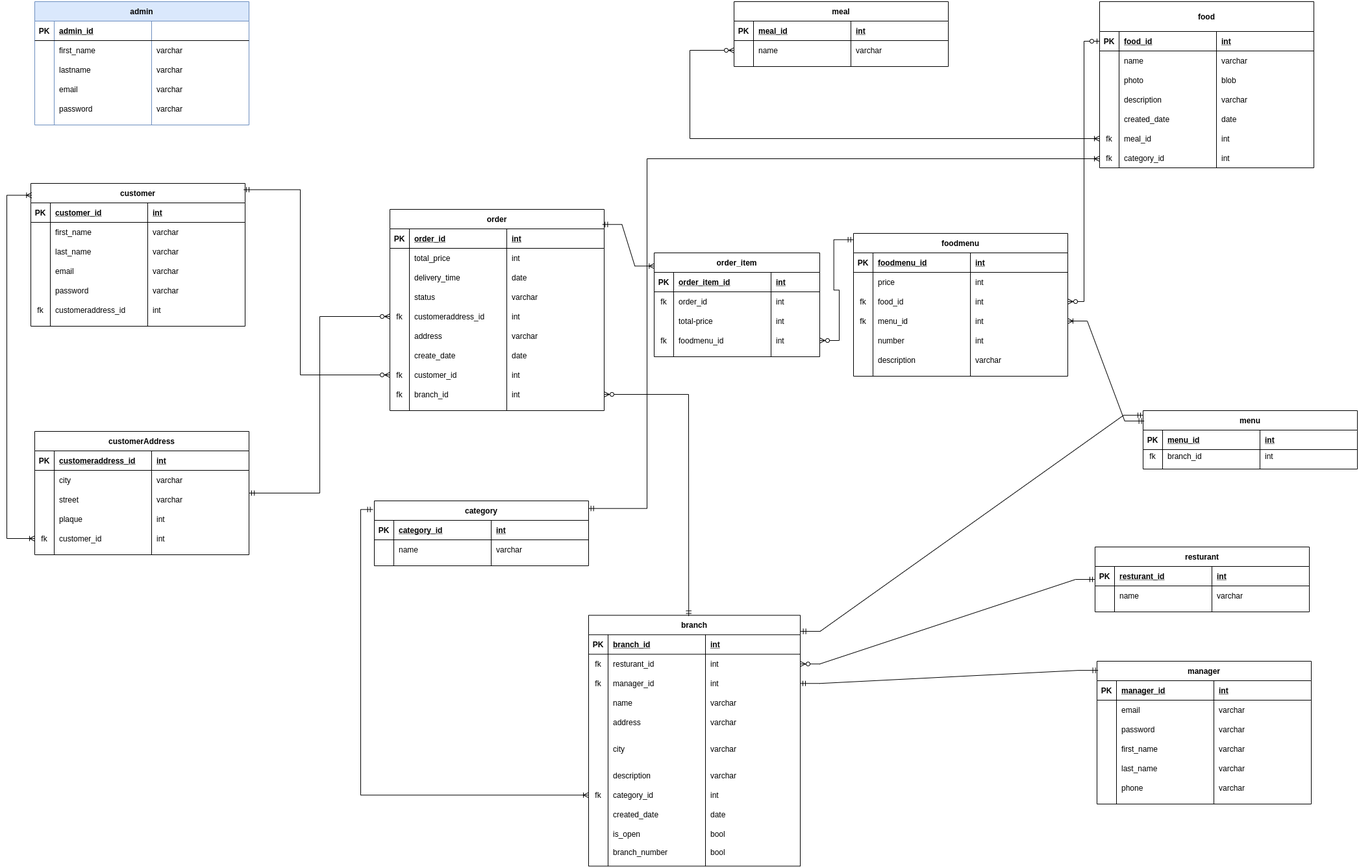
This is maktab_final_erd-Page-3.drawio.png from tabassom-entezami/Maktab_Final_Project, a draw.io export, as it was before one commit. Source tidied: cells renumbered, new cells last; positions are measured from the earlier drawing's top-left corner, leaving out a move shared by most shapes.
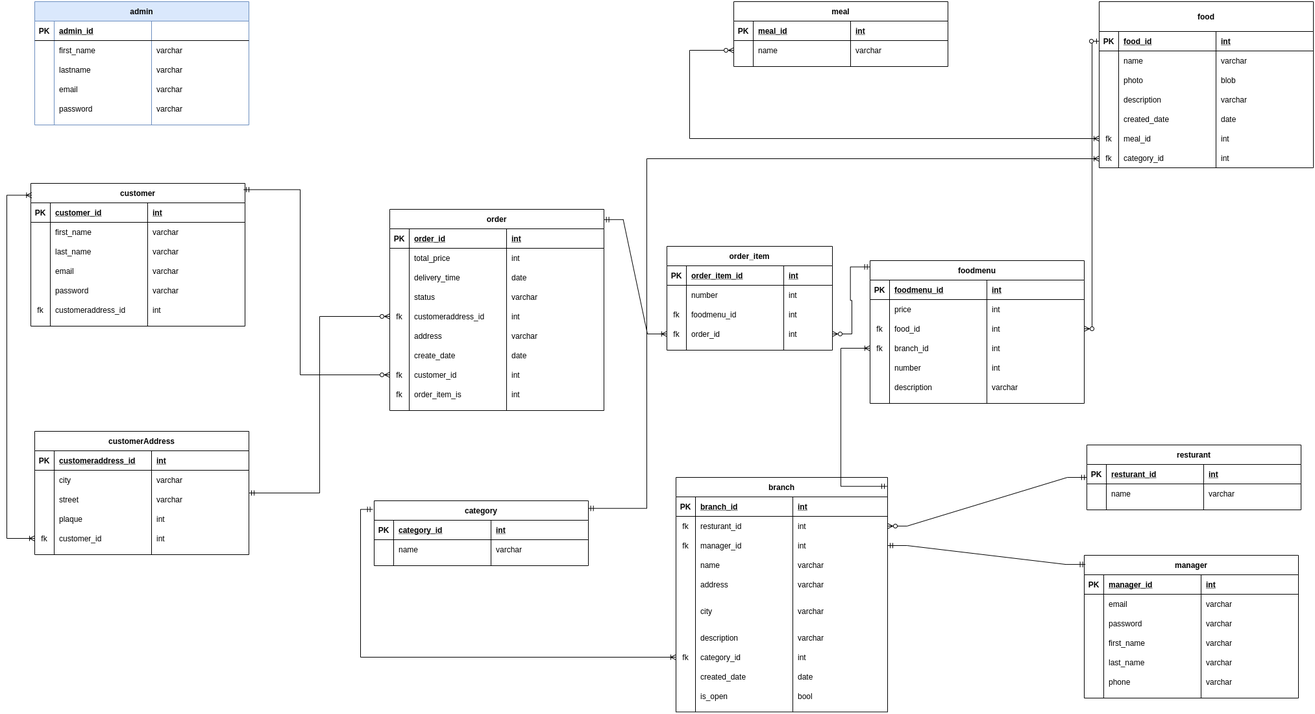
The same file after the commit.

Change to the diagram source:
```diff
@@ -167,12 +167,12 @@
     <mxCell id="56" style="shape=partialRectangle;fillColor=none;top=0;left=0;bottom=0;right=0;points=[[0,0.5],[1,0.5]];portConstraint=eastwest;" parent="23" vertex="1">
       <mxGeometry y="270" width="330" height="30" as="geometry" />
     </mxCell>
-    <mxCell id="57" value="fk" style="shape=partialRectangle;fillColor=none;top=0;left=0;bottom=0;right=0;overflow=hidden;" parent="56" vertex="1">
-      <mxGeometry width="30" height="30" as="geometry" />
-    </mxCell>
-    <mxCell id="58" value="branch_id" style="shape=partialRectangle;fillColor=none;top=0;left=0;bottom=0;right=0;align=left;spacingLeft=6;overflow=hidden;" parent="56" vertex="1">
-      <mxGeometry x="30" width="150" height="30" as="geometry" />
-    </mxCell>
+    <mxCell id="299" value="fk" style="shape=partialRectangle;fillColor=none;top=0;left=0;bottom=0;right=0;overflow=hidden;" parent="56" vertex="1">
+      <mxGeometry width="30" height="30" as="geometry" />
+    </mxCell>
+    <mxCell id="300" value="order_item_is" style="shape=partialRectangle;fillColor=none;top=0;left=0;bottom=0;right=0;align=left;spacingLeft=6;overflow=hidden;" parent="56" vertex="1">
+      <mxGeometry x="30" width="150" height="30" as="geometry" />
+    </mxCell>
     <mxCell id="59" value="int" style="shape=partialRectangle;fillColor=none;top=0;left=0;bottom=0;right=0;align=left;spacingLeft=6;overflow=hidden;" parent="56" vertex="1">
       <mxGeometry x="180" width="150" height="30" as="geometry" />
     </mxCell>
@@ -428,35 +428,8 @@
     <mxCell id="143" value="varchar" style="shape=partialRectangle;fillColor=none;top=0;left=0;bottom=0;right=0;align=left;spacingLeft=6;overflow=hidden;" parent="140" vertex="1">
       <mxGeometry x="180" width="150" height="30" as="geometry" />
     </mxCell>
-    <mxCell id="144" value="menu" style="shape=table;startSize=30;rowLines=0;fontStyle=1;align=center;" parent="1" vertex="1">
-      <mxGeometry x="1750" y="630" width="330" height="90" as="geometry" />
-    </mxCell>
-    <mxCell id="145" style="shape=partialRectangle;fillColor=none;top=0;left=0;bottom=1;right=0;" parent="144" vertex="1">
-      <mxGeometry y="30" width="330" height="30" as="geometry" />
-    </mxCell>
-    <mxCell id="146" value="PK" style="shape=partialRectangle;fillColor=none;top=0;left=0;bottom=0;right=0;fontStyle=1;overflow=hidden;" parent="145" vertex="1">
-      <mxGeometry width="30" height="30" as="geometry" />
-    </mxCell>
-    <mxCell id="147" value="menu_id" style="shape=partialRectangle;fillColor=none;top=0;left=0;bottom=0;right=0;align=left;spacingLeft=6;fontStyle=5;overflow=hidden;" parent="145" vertex="1">
-      <mxGeometry x="30" width="150" height="30" as="geometry" />
-    </mxCell>
-    <mxCell id="148" value="int" style="shape=partialRectangle;fillColor=none;top=0;left=0;bottom=0;right=0;align=left;spacingLeft=6;fontStyle=5;overflow=hidden;" parent="145" vertex="1">
-      <mxGeometry x="180" width="150" height="30" as="geometry" />
-    </mxCell>
-    <mxCell id="149" style="shape=partialRectangle;fillColor=none;top=0;left=0;bottom=0;right=0;" parent="144" vertex="1">
-      <mxGeometry y="60" width="330" height="20" as="geometry" />
-    </mxCell>
-    <mxCell id="150" value="fk" style="shape=partialRectangle;fillColor=none;top=0;left=0;bottom=0;right=0;overflow=hidden;" parent="149" vertex="1">
-      <mxGeometry width="30" height="20" as="geometry" />
-    </mxCell>
-    <mxCell id="151" value="branch_id" style="shape=partialRectangle;fillColor=none;top=0;left=0;bottom=0;right=0;align=left;spacingLeft=6;overflow=hidden;" parent="149" vertex="1">
-      <mxGeometry x="30" width="150" height="20" as="geometry" />
-    </mxCell>
-    <mxCell id="152" value="int" style="shape=partialRectangle;fillColor=none;top=0;left=0;bottom=0;right=0;align=left;spacingLeft=6;overflow=hidden;" parent="149" vertex="1">
-      <mxGeometry x="180" width="150" height="20" as="geometry" />
-    </mxCell>
     <mxCell id="153" value="resturant" style="shape=table;startSize=30;rowLines=0;fontStyle=1;align=center;" parent="1" vertex="1">
-      <mxGeometry x="1676" y="840" width="330" height="100" as="geometry" />
+      <mxGeometry x="1664" y="683" width="330" height="100" as="geometry" />
     </mxCell>
     <mxCell id="154" style="shape=partialRectangle;fillColor=none;top=0;left=0;bottom=1;right=0;" parent="153" vertex="1">
       <mxGeometry y="30" width="330" height="30" as="geometry" />
@@ -483,7 +456,7 @@
       <mxGeometry x="180" width="150" height="30" as="geometry" />
     </mxCell>
     <mxCell id="162" value="manager" style="shape=table;startSize=30;rowLines=0;fontStyle=1;align=center;" parent="1" vertex="1">
-      <mxGeometry x="1679" y="1016" width="330" height="220" as="geometry" />
+      <mxGeometry x="1660" y="853" width="330" height="220" as="geometry" />
     </mxCell>
     <mxCell id="163" style="shape=partialRectangle;fillColor=none;top=0;left=0;bottom=1;right=0;" parent="162" vertex="1">
       <mxGeometry y="30" width="330" height="30" as="geometry" />
@@ -558,7 +531,7 @@
       <mxGeometry x="180" width="150" height="30" as="geometry" />
     </mxCell>
     <mxCell id="187" value="branch" style="shape=table;startSize=30;rowLines=0;fontStyle=1;align=center;" parent="1" vertex="1">
-      <mxGeometry x="896" y="945.2" width="326" height="386.4" as="geometry" />
+      <mxGeometry x="1031" y="733" width="326" height="361.4" as="geometry" />
     </mxCell>
     <mxCell id="188" style="shape=partialRectangle;fillColor=none;top=0;left=0;bottom=1;right=0;" parent="187" vertex="1">
       <mxGeometry y="30" width="326" height="30" as="geometry" />
@@ -680,18 +653,6 @@
     <mxCell id="227" value="bool" style="shape=partialRectangle;fillColor=none;top=0;left=0;bottom=0;right=0;align=left;spacingLeft=6;overflow=hidden;" parent="224" vertex="1">
       <mxGeometry x="180" width="146" height="30" as="geometry" />
     </mxCell>
-    <mxCell id="228" style="shape=partialRectangle;fillColor=none;top=0;left=0;bottom=0;right=0;" parent="187" vertex="1">
-      <mxGeometry y="352" width="326" height="25" as="geometry" />
-    </mxCell>
-    <mxCell id="229" style="shape=partialRectangle;fillColor=none;top=0;left=0;bottom=0;right=0;overflow=hidden;" parent="228" vertex="1">
-      <mxGeometry width="30" height="25" as="geometry" />
-    </mxCell>
-    <mxCell id="230" value="branch_number" style="shape=partialRectangle;fillColor=none;top=0;left=0;bottom=0;right=0;align=left;spacingLeft=6;overflow=hidden;" parent="228" vertex="1">
-      <mxGeometry x="30" width="150" height="25" as="geometry" />
-    </mxCell>
-    <mxCell id="231" value="bool" style="shape=partialRectangle;fillColor=none;top=0;left=0;bottom=0;right=0;align=left;spacingLeft=6;overflow=hidden;" parent="228" vertex="1">
-      <mxGeometry x="180" width="146" height="25" as="geometry" />
-    </mxCell>
     <mxCell id="232" value="category" style="shape=table;startSize=30;rowLines=0;fontStyle=1;align=center;" parent="1" vertex="1">
       <mxGeometry x="566" y="769" width="330" height="100" as="geometry" />
     </mxCell>
@@ -749,17 +710,6 @@
     <mxCell id="245" style="edgeStyle=entityRelationEdgeStyle;fontSize=12;html=1;endArrow=ERmandOne;startArrow=ERmandOne;rounded=0;exitX=1;exitY=0.5;exitDx=0;exitDy=0;entryX=0.005;entryY=0.064;entryDx=0;entryDy=0;entryPerimeter=0;" parent="1" edge="1" source="196" target="162">
       <mxGeometry relative="1" as="geometry" />
     </mxCell>
-    <mxCell id="246" style="edgeStyle=entityRelationEdgeStyle;fontSize=12;html=1;endArrow=ERmandOne;startArrow=ERmandOne;rounded=0;entryX=0;entryY=0.079;entryDx=0;entryDy=0;entryPerimeter=0;exitX=1.002;exitY=0.064;exitDx=0;exitDy=0;exitPerimeter=0;" parent="1" edge="1" source="187" target="144">
-      <mxGeometry relative="1" as="geometry" />
-    </mxCell>
-    <mxCell id="247" style="edgeStyle=elbowEdgeStyle;fontSize=12;html=1;endArrow=ERzeroToMany;startArrow=ERmandOne;rounded=0;exitX=0.473;exitY=0.003;exitDx=0;exitDy=0;exitPerimeter=0;entryX=1;entryY=0.5;entryDx=0;entryDy=0;" parent="1" edge="1" source="187" target="56">
-      <mxGeometry relative="1" as="geometry">
-        <Array as="points">
-          <mxPoint x="1050" y="785" />
-          <mxPoint x="1001" y="623" />
-        </Array>
-      </mxGeometry>
-    </mxCell>
     <mxCell id="248" style="edgeStyle=elbowEdgeStyle;fontSize=12;html=1;endArrow=ERzeroToMany;startArrow=ERmandOne;rounded=0;exitX=0.994;exitY=0.044;exitDx=0;exitDy=0;exitPerimeter=0;entryX=0;entryY=0.5;entryDx=0;entryDy=0;" parent="1" edge="1" source="60" target="52">
       <mxGeometry relative="1" as="geometry">
         <Array as="points">
@@ -768,7 +718,7 @@
       </mxGeometry>
     </mxCell>
     <mxCell id="249" value="foodmenu" style="shape=table;startSize=30;rowLines=0;fontStyle=1;align=center;" parent="1" vertex="1">
-      <mxGeometry x="1304" y="357" width="330" height="220" as="geometry" />
+      <mxGeometry x="1330" y="399" width="330" height="220" as="geometry" />
     </mxCell>
     <mxCell id="250" style="shape=partialRectangle;fillColor=none;top=0;left=0;bottom=1;right=0;" parent="249" vertex="1">
       <mxGeometry y="30" width="330" height="30" as="geometry" />
@@ -812,7 +762,7 @@
     <mxCell id="263" value="fk" style="shape=partialRectangle;fillColor=none;top=0;left=0;bottom=0;right=0;overflow=hidden;" parent="262" vertex="1">
       <mxGeometry width="30" height="30" as="geometry" />
     </mxCell>
-    <mxCell id="264" value="menu_id" style="shape=partialRectangle;fillColor=none;top=0;left=0;bottom=0;right=0;align=left;spacingLeft=6;overflow=hidden;" parent="262" vertex="1">
+    <mxCell id="264" value="branch_id" style="shape=partialRectangle;fillColor=none;top=0;left=0;bottom=0;right=0;align=left;spacingLeft=6;overflow=hidden;" parent="262" vertex="1">
       <mxGeometry x="30" width="150" height="30" as="geometry" />
     </mxCell>
     <mxCell id="265" value="int" style="shape=partialRectangle;fillColor=none;top=0;left=0;bottom=0;right=0;align=left;spacingLeft=6;overflow=hidden;" parent="262" vertex="1">
@@ -842,17 +792,17 @@
     <mxCell id="273" value="varchar" style="shape=partialRectangle;fillColor=none;top=0;left=0;bottom=0;right=0;align=left;spacingLeft=6;overflow=hidden;" parent="270" vertex="1">
       <mxGeometry x="180" width="150" height="30" as="geometry" />
     </mxCell>
-    <mxCell id="274" style="edgeStyle=elbowEdgeStyle;rounded=0;orthogonalLoop=1;jettySize=auto;html=1;exitX=0.75;exitY=0;exitDx=0;exitDy=0;" parent="1" edge="1" source="144" target="144">
-      <mxGeometry relative="1" as="geometry" />
+    <mxCell id="274" style="edgeStyle=elbowEdgeStyle;rounded=0;orthogonalLoop=1;jettySize=auto;html=1;exitX=0.75;exitY=0;exitDx=0;exitDy=0;" parent="1" edge="1">
+      <mxGeometry relative="1" as="geometry">
+        <mxPoint x="1997.5" y="630" as="sourcePoint" />
+        <mxPoint x="1998" y="630" as="targetPoint" />
+      </mxGeometry>
     </mxCell>
-    <mxCell id="275" style="edgeStyle=entityRelationEdgeStyle;fontSize=12;html=1;endArrow=ERoneToMany;startArrow=ERmandOne;rounded=0;exitX=0.005;exitY=0.178;exitDx=0;exitDy=0;entryX=1;entryY=0.5;entryDx=0;entryDy=0;exitPerimeter=0;" parent="1" edge="1" source="144" target="262">
-      <mxGeometry relative="1" as="geometry" />
-    </mxCell>
     <mxCell id="276" style="edgeStyle=elbowEdgeStyle;fontSize=12;html=1;endArrow=ERzeroToMany;startArrow=ERzeroToOne;rounded=0;entryX=1;entryY=0.5;entryDx=0;entryDy=0;entryPerimeter=0;exitX=0;exitY=0.5;exitDx=0;exitDy=0;" parent="1" edge="1" source="107" target="258">
       <mxGeometry relative="1" as="geometry" />
     </mxCell>
     <mxCell id="277" value="order_item" style="shape=table;startSize=30;rowLines=0;fontStyle=1;align=center;" parent="1" vertex="1">
-      <mxGeometry x="997" y="387" width="255" height="160" as="geometry" />
+      <mxGeometry x="1017" y="377" width="255" height="160" as="geometry" />
     </mxCell>
     <mxCell id="278" style="shape=partialRectangle;fillColor=none;top=0;left=0;bottom=1;right=0;" parent="277" vertex="1">
       <mxGeometry y="30" width="255" height="30" as="geometry" />
@@ -866,37 +816,37 @@
     <mxCell id="281" value="int" style="shape=partialRectangle;fillColor=none;top=0;left=0;bottom=0;right=0;align=left;spacingLeft=6;fontStyle=5;overflow=hidden;" parent="278" vertex="1">
       <mxGeometry x="180" width="75" height="30" as="geometry" />
     </mxCell>
-    <mxCell id="282" style="shape=partialRectangle;fillColor=none;top=0;left=0;bottom=0;right=0;" parent="277" vertex="1">
-      <mxGeometry y="60" width="255" height="30" as="geometry" />
-    </mxCell>
-    <mxCell id="283" value="fk" style="shape=partialRectangle;fillColor=none;top=0;left=0;bottom=0;right=0;overflow=hidden;" parent="282" vertex="1">
-      <mxGeometry width="30" height="30" as="geometry" />
-    </mxCell>
-    <mxCell id="284" value="order_id" style="shape=partialRectangle;fillColor=none;top=0;left=0;bottom=0;right=0;align=left;spacingLeft=6;overflow=hidden;" parent="282" vertex="1">
-      <mxGeometry x="30" width="150" height="30" as="geometry" />
-    </mxCell>
-    <mxCell id="285" value="int" style="shape=partialRectangle;fillColor=none;top=0;left=0;bottom=0;right=0;align=left;spacingLeft=6;overflow=hidden;" parent="282" vertex="1">
-      <mxGeometry x="180" width="75" height="30" as="geometry" />
-    </mxCell>
     <mxCell id="286" style="shape=partialRectangle;fillColor=none;top=0;left=0;bottom=0;right=0;" parent="277" vertex="1">
-      <mxGeometry y="90" width="255" height="30" as="geometry" />
+      <mxGeometry y="60" width="255" height="30" as="geometry" />
     </mxCell>
     <mxCell id="287" style="shape=partialRectangle;fillColor=none;top=0;left=0;bottom=0;right=0;overflow=hidden;" parent="286" vertex="1">
       <mxGeometry width="30" height="30" as="geometry" />
     </mxCell>
-    <mxCell id="288" value="total-price" style="shape=partialRectangle;fillColor=none;top=0;left=0;bottom=0;right=0;align=left;spacingLeft=6;overflow=hidden;" parent="286" vertex="1">
+    <mxCell id="288" value="number" style="shape=partialRectangle;fillColor=none;top=0;left=0;bottom=0;right=0;align=left;spacingLeft=6;overflow=hidden;" parent="286" vertex="1">
       <mxGeometry x="30" width="150" height="30" as="geometry" />
     </mxCell>
     <mxCell id="289" value="int" style="shape=partialRectangle;fillColor=none;top=0;left=0;bottom=0;right=0;align=left;spacingLeft=6;overflow=hidden;" parent="286" vertex="1">
       <mxGeometry x="180" width="75" height="30" as="geometry" />
     </mxCell>
+    <mxCell id="301" style="shape=partialRectangle;fillColor=none;top=0;left=0;bottom=0;right=0;" parent="277" vertex="1">
+      <mxGeometry y="90" width="255" height="30" as="geometry" />
+    </mxCell>
+    <mxCell id="302" value="fk" style="shape=partialRectangle;fillColor=none;top=0;left=0;bottom=0;right=0;overflow=hidden;" parent="301" vertex="1">
+      <mxGeometry width="30" height="30" as="geometry" />
+    </mxCell>
+    <mxCell id="303" value="foodmenu_id" style="shape=partialRectangle;fillColor=none;top=0;left=0;bottom=0;right=0;align=left;spacingLeft=6;overflow=hidden;" parent="301" vertex="1">
+      <mxGeometry x="30" width="150" height="30" as="geometry" />
+    </mxCell>
+    <mxCell id="285" value="int" style="shape=partialRectangle;fillColor=none;top=0;left=0;bottom=0;right=0;align=left;spacingLeft=6;overflow=hidden;" parent="301" vertex="1">
+      <mxGeometry x="180" width="75" height="30" as="geometry" />
+    </mxCell>
     <mxCell id="290" style="shape=partialRectangle;fillColor=none;top=0;left=0;bottom=0;right=0;points=[[0,0.5],[1,0.5]];portConstraint=eastwest;" parent="277" vertex="1">
       <mxGeometry y="120" width="255" height="30" as="geometry" />
     </mxCell>
     <mxCell id="291" value="fk" style="shape=partialRectangle;fillColor=none;top=0;left=0;bottom=0;right=0;overflow=hidden;" parent="290" vertex="1">
       <mxGeometry width="30" height="30" as="geometry" />
     </mxCell>
-    <mxCell id="292" value="foodmenu_id" style="shape=partialRectangle;fillColor=none;top=0;left=0;bottom=0;right=0;align=left;spacingLeft=6;overflow=hidden;" parent="290" vertex="1">
+    <mxCell id="292" value="order_id" style="shape=partialRectangle;fillColor=none;top=0;left=0;bottom=0;right=0;align=left;spacingLeft=6;overflow=hidden;" parent="290" vertex="1">
       <mxGeometry x="30" width="150" height="30" as="geometry" />
     </mxCell>
     <mxCell id="293" value="int" style="shape=partialRectangle;fillColor=none;top=0;left=0;bottom=0;right=0;align=left;spacingLeft=6;overflow=hidden;" parent="290" vertex="1">
@@ -905,9 +855,6 @@
     <mxCell id="294" style="edgeStyle=entityRelationEdgeStyle;fontSize=12;html=1;endArrow=ERzeroToMany;startArrow=ERmandOne;rounded=0;entryX=1;entryY=0.5;entryDx=0;entryDy=0;exitX=-0.001;exitY=0.044;exitDx=0;exitDy=0;exitPerimeter=0;" parent="1" edge="1" source="249" target="290">
       <mxGeometry relative="1" as="geometry" />
     </mxCell>
-    <mxCell id="295" style="edgeStyle=entityRelationEdgeStyle;fontSize=12;html=1;endArrow=ERoneToMany;startArrow=ERmandOne;rounded=0;entryX=0.001;entryY=0.127;entryDx=0;entryDy=0;entryPerimeter=0;exitX=0.992;exitY=0.075;exitDx=0;exitDy=0;exitPerimeter=0;" parent="1" edge="1" source="23" target="277">
-      <mxGeometry relative="1" as="geometry" />
-    </mxCell>
     <mxCell id="296" style="edgeStyle=elbowEdgeStyle;fontSize=12;html=1;endArrow=ERoneToMany;startArrow=ERoneToMany;rounded=0;entryX=0.004;entryY=0.083;entryDx=0;entryDy=0;entryPerimeter=0;exitX=0;exitY=0.5;exitDx=0;exitDy=0;" parent="1" edge="1" source="102" target="60">
       <mxGeometry relative="1" as="geometry">
         <Array as="points">
@@ -925,5 +872,15 @@
         </Array>
       </mxGeometry>
     </mxCell>
+    <mxCell id="304" style="edgeStyle=elbowEdgeStyle;fontSize=12;html=1;endArrow=ERoneToMany;startArrow=ERmandOne;rounded=0;entryX=0;entryY=0.5;entryDx=0;entryDy=0;exitX=0.997;exitY=0.038;exitDx=0;exitDy=0;exitPerimeter=0;" parent="1" edge="1" source="187" target="262">
+      <mxGeometry relative="1" as="geometry">
+        <Array as="points">
+          <mxPoint x="1285" y="740" />
+        </Array>
+      </mxGeometry>
+    </mxCell>
+    <mxCell id="305" style="edgeStyle=entityRelationEdgeStyle;fontSize=12;html=1;endArrow=ERoneToMany;startArrow=ERmandOne;rounded=0;exitX=0.999;exitY=0.051;exitDx=0;exitDy=0;exitPerimeter=0;" parent="1" edge="1" source="23" target="290">
+      <mxGeometry relative="1" as="geometry" />
+    </mxCell>
   </root>
 </mxGraphModel>
```
